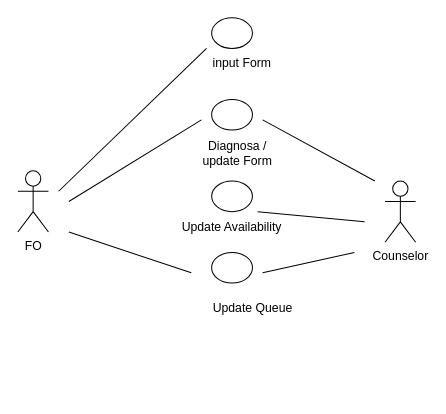
The draw.io diagram Mini-Proj/MP-Use Case Diagram.drawio in mahesri/uml_ads_sms3, before the edit. Source tidied: cells renumbered, new cells numbered last; positions are measured from the earlier drawing's top-left corner, leaving out a move shared by most shapes. Both pictures are drawn from the tidied source at 102%, with x=0, y=0 at pixel (17, 17).
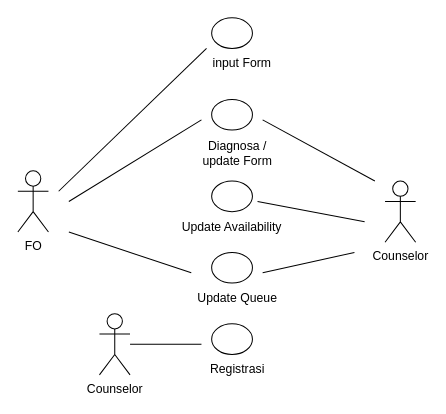
The same page after the edit.

The change refers to these unchanged cells:
```xml
<mxCell id="6" value="Update Availability" style="text;html=1;strokeColor=none;fillColor=none;align=center;verticalAlign=middle;whiteSpace=wrap;rounded=0;" parent="1" vertex="1">
  <mxGeometry x="160" y="190" width="100" height="30" as="geometry" />
</mxCell>
```

The edit, as a diff of the source:
```diff
@@
     <mxCell id="8" value="Update Queue" style="text;html=1;strokeColor=none;fillColor=none;align=center;verticalAlign=middle;whiteSpace=wrap;rounded=0;" parent="1" vertex="1">
-      <mxGeometry x="173" y="270" width="115" height="30" as="geometry" />
+      <mxGeometry x="158" y="260" width="115" height="30" as="geometry" />
     </mxCell>
@@
-    <mxCell id="17" style="endArrow=none;html=1;rounded=0;entryX=0.75;entryY=0;entryDx=0;entryDy=0;" parent="1" edge="1" target="6">
+    <mxCell id="17" style="endArrow=none;html=1;rounded=0;" parent="1" edge="1">
       <mxGeometry relative="1" as="geometry">
         <mxPoint x="340" y="200" as="sourcePoint" />
+        <mxPoint x="235" y="180" as="targetPoint" />
       </mxGeometry>
     </mxCell>
+    <mxCell id="18" value="Counselor" style="shape=umlActor;verticalLabelPosition=bottom;verticalAlign=top;html=1;outlineConnect=0;" parent="1" vertex="1">
+      <mxGeometry x="80" y="290" width="30" height="60" as="geometry" />
+    </mxCell>
+    <mxCell id="19" style="ellipse;whiteSpace=wrap;html=1;" parent="1" vertex="1">
+      <mxGeometry x="190" y="300" width="40" height="30" as="geometry" />
+    </mxCell>
+    <mxCell id="20" value="Registrasi" style="text;html=1;strokeColor=none;fillColor=none;align=center;verticalAlign=middle;whiteSpace=wrap;rounded=0;" parent="1" vertex="1">
+      <mxGeometry x="158" y="330" width="115" height="30" as="geometry" />
+    </mxCell>
+    <mxCell id="21" style="endArrow=none;html=1;rounded=0;" parent="1" edge="1" source="18">
+      <mxGeometry relative="1" as="geometry">
+        <mxPoint x="180" y="320" as="targetPoint" />
+      </mxGeometry>
+    </mxCell>
```
